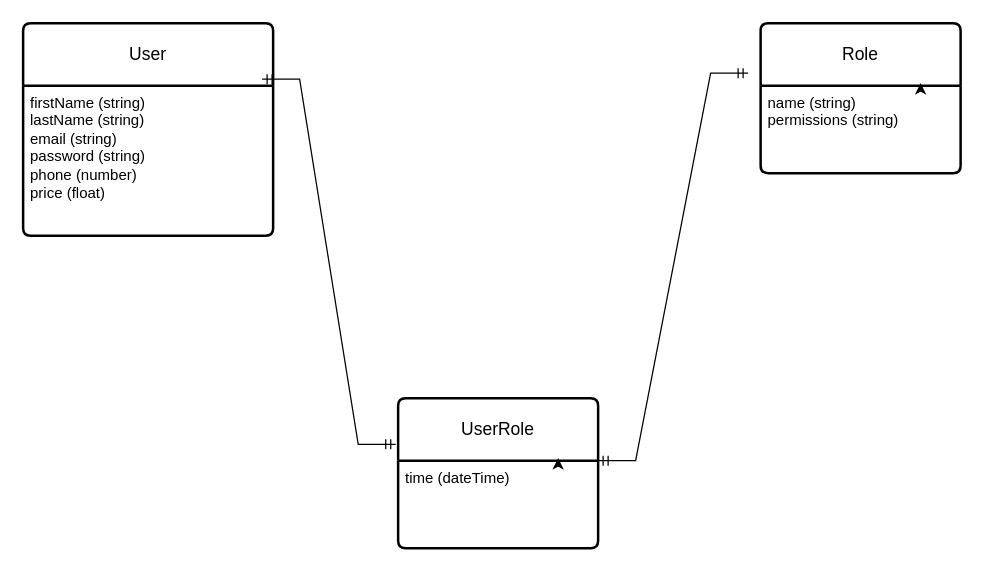
jiakevin/secureinvoice keeps this draw.io diagram as src/main/resources/logicalmodel.drawio. Above is the earlier version. Source tidied: cells renumbered, new cells numbered last; positions are measured from the earlier drawing's top-left corner, leaving out a move shared by most shapes. Both pictures are drawn from the tidied source at 125%, with x=0, y=0 at pixel (22, 22).
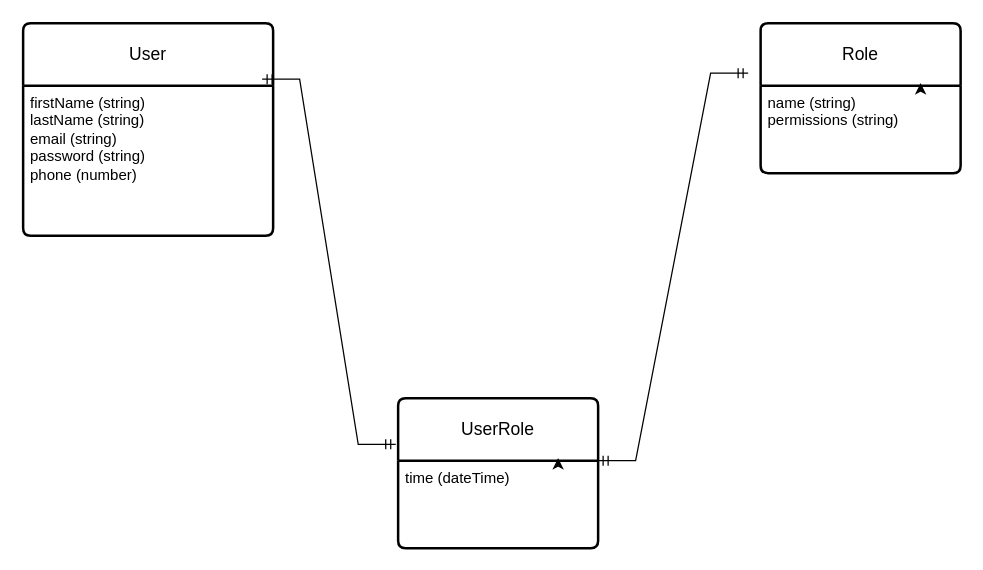
After the change.

What changed in the source:
```diff
@@
 <mxGraphModel>
   <root>
     <mxCell id="0" />
     <mxCell id="1" parent="0" />
     <mxCell id="2" value="User&lt;br&gt;" style="swimlane;horizontal=1;startSize=50;rounded=1;fontSize=14;fontStyle=0;strokeWidth=2;shadow=0;dashed=0;align=center;arcSize=4;whiteSpace=wrap;html=1;" parent="1" vertex="1">
       <mxGeometry width="200" height="170" as="geometry" />
     </mxCell>
-    <mxCell id="3" value="firstName (string)&lt;br&gt;lastName (string)&lt;br&gt;email (string)&lt;br&gt;password (string)&lt;br&gt;phone (number)&lt;br&gt;price (float)" style="align=left;strokeColor=none;fillColor=none;spacingLeft=4;fontSize=12;verticalAlign=top;html=1;" parent="2" vertex="1">
+    <mxCell id="3" value="firstName (string)&lt;br&gt;lastName (string)&lt;br&gt;email (string)&lt;br&gt;password (string)&lt;br&gt;phone (number)&lt;br&gt;" style="align=left;strokeColor=none;fillColor=none;spacingLeft=4;fontSize=12;verticalAlign=top;html=1;" parent="2" vertex="1">
       <mxGeometry y="50" width="200" height="120" as="geometry" />
     </mxCell>
     <mxCell id="4" value="Role" style="swimlane;horizontal=1;startSize=50;rounded=1;fontSize=14;fontStyle=0;strokeWidth=2;shadow=0;dashed=0;align=center;arcSize=4;whiteSpace=wrap;html=1;" parent="1" vertex="1">
       <mxGeometry x="590" width="160" height="120" as="geometry" />
     </mxCell>
     <mxCell id="5" value="name (string)&lt;br&gt;permissions (string)" style="align=left;strokeColor=none;fillColor=none;spacingLeft=4;fontSize=12;verticalAlign=top;html=1;" parent="4" vertex="1">
       <mxGeometry y="50" width="160" height="70" as="geometry" />
     </mxCell>
     <mxCell id="6" style="edgeStyle=orthogonalEdgeStyle;rounded=0;orthogonalLoop=1;jettySize=auto;html=1;exitX=0.75;exitY=0;exitDx=0;exitDy=0;entryX=0.8;entryY=-0.029;entryDx=0;entryDy=0;entryPerimeter=0;" parent="4" edge="1" source="5" target="5">
       <mxGeometry relative="1" as="geometry" />
     </mxCell>
     <mxCell id="7" style="edgeStyle=entityRelationEdgeStyle;fontSize=12;html=1;endArrow=ERmandOne;startArrow=ERmandOne;rounded=0;exitX=0.956;exitY=-0.043;exitDx=0;exitDy=0;exitPerimeter=0;entryX=-0.012;entryY=0.308;entryDx=0;entryDy=0;entryPerimeter=0;" parent="1" edge="1" source="3" target="8">
       <mxGeometry relative="1" as="geometry" />
     </mxCell>
     <mxCell id="8" value="UserRole" style="swimlane;horizontal=1;startSize=50;rounded=1;fontSize=14;fontStyle=0;strokeWidth=2;shadow=0;dashed=0;align=center;arcSize=4;whiteSpace=wrap;html=1;" parent="1" vertex="1">
       <mxGeometry x="300" y="300" width="160" height="120" as="geometry" />
     </mxCell>
     <mxCell id="9" value="time (dateTime)" style="align=left;strokeColor=none;fillColor=none;spacingLeft=4;fontSize=12;verticalAlign=top;html=1;" parent="8" vertex="1">
       <mxGeometry y="50" width="160" height="70" as="geometry" />
     </mxCell>
     <mxCell id="10" style="edgeStyle=orthogonalEdgeStyle;rounded=0;orthogonalLoop=1;jettySize=auto;html=1;exitX=0.75;exitY=0;exitDx=0;exitDy=0;entryX=0.8;entryY=-0.029;entryDx=0;entryDy=0;entryPerimeter=0;" parent="8" edge="1" source="9" target="9">
       <mxGeometry relative="1" as="geometry" />
     </mxCell>
     <mxCell id="11" style="edgeStyle=entityRelationEdgeStyle;fontSize=12;html=1;endArrow=ERmandOne;startArrow=ERmandOne;rounded=0;exitX=1;exitY=0;exitDx=0;exitDy=0;" parent="1" edge="1" source="9">
       <mxGeometry relative="1" as="geometry">
         <mxPoint x="580" y="40" as="targetPoint" />
       </mxGeometry>
     </mxCell>
   </root>
 </mxGraphModel>
```
